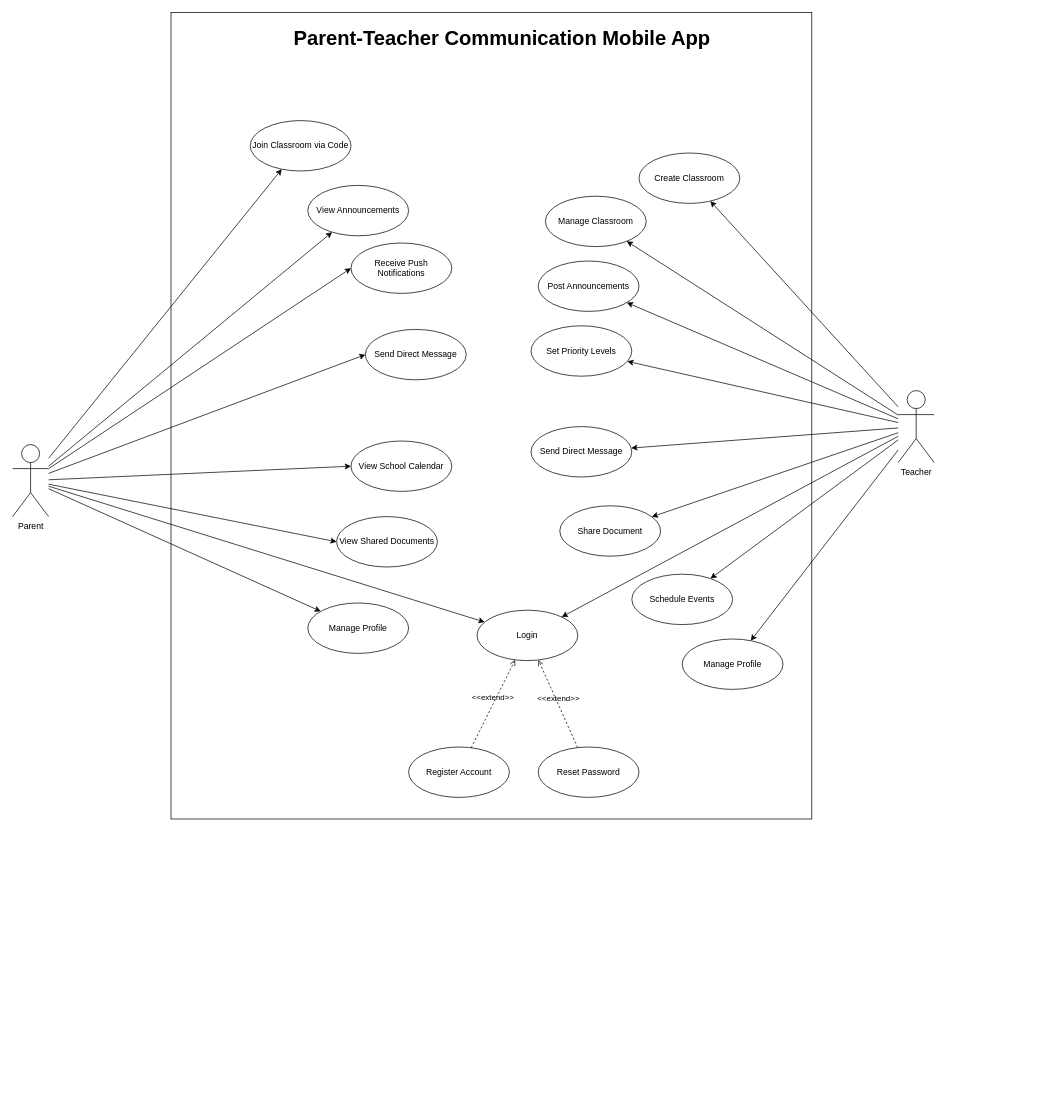
Earlier version of the draw.io diagram page "initial" (1 of 3) of use_case.drawio (jomariabejo/MO-IT200D1---Capstone-1). Source tidied: cells renumbered, new cells numbered last; positions are measured from the earlier drawing's top-left corner, leaving out a move shared by most shapes. Both pictures are drawn from the tidied source at 72%, with x=0, y=0 at pixel (12, 12).
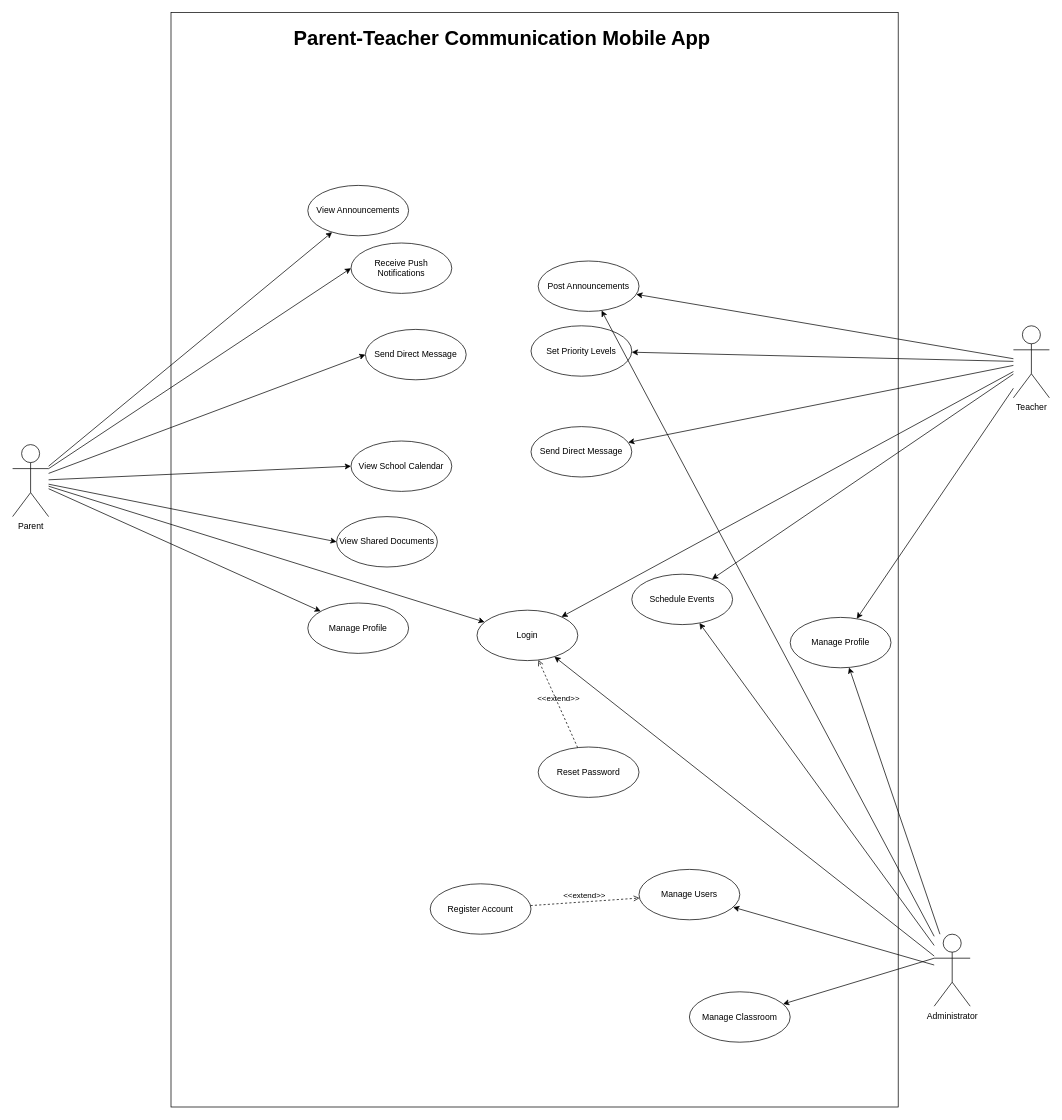
Above is the later version.

The change refers to these unchanged cells:
```xml
<mxCell id="16" value="Parent" style="shape=umlActor;verticalLabelPosition=bottom;verticalAlign=top;html=1;" parent="1" vertex="1">
  <mxGeometry y="600" width="50" height="100" as="geometry" />
</mxCell>
<mxCell id="24" value="Login" style="ellipse;whiteSpace=wrap;html=1;" parent="1" vertex="1">
  <mxGeometry x="645" y="830" width="140" height="70" as="geometry" />
</mxCell>
<mxCell id="28" value="Post Announcements" style="ellipse;whiteSpace=wrap;html=1;" parent="1" vertex="1">
  <mxGeometry x="730" y="345" width="140" height="70" as="geometry" />
</mxCell>
<mxCell id="32" value="Schedule Events" style="ellipse;whiteSpace=wrap;html=1;" parent="1" vertex="1">
  <mxGeometry x="860" y="780" width="140" height="70" as="geometry" />
</mxCell>
```

Diff of the diagram source:
```diff
@@
     <mxCell id="2" style="rounded=0;whiteSpace=wrap;html=1;" parent="1" vertex="1">
-      <mxGeometry x="220" width="890" height="1120" as="geometry" />
+      <mxGeometry x="220" width="1010" height="1520" as="geometry" />
     </mxCell>
@@
-    <mxCell id="5" style="rounded=0;jettySize=auto;html=1;" parent="1" edge="1" source="8" target="27">
-      <mxGeometry relative="1" as="geometry" />
-    </mxCell>
@@
     <mxCell id="8" value="Teacher" style="shape=umlActor;verticalLabelPosition=bottom;verticalAlign=top;html=1;outlineConnect=0;" parent="1" vertex="1">
-      <mxGeometry x="1230" y="525" width="50" height="100" as="geometry" />
+      <mxGeometry x="1390" y="435" width="50" height="100" as="geometry" />
     </mxCell>
@@
-    <mxCell id="13" style="rounded=0;jettySize=auto;html=1;" parent="1" edge="1" source="16" target="25">
-      <mxGeometry relative="1" as="geometry" />
-    </mxCell>
@@
     <mxCell id="22" value="Manage Classroom" style="ellipse;whiteSpace=wrap;html=1;" parent="1" vertex="1">
-      <mxGeometry x="740" y="255" width="140" height="70" as="geometry" />
+      <mxGeometry x="940" y="1360" width="140" height="70" as="geometry" />
     </mxCell>
-    <mxCell id="23" style="rounded=0;jettySize=auto;html=1;" parent="1" edge="1" source="8" target="22">
+    <mxCell id="23" style="rounded=0;jettySize=auto;html=1;exitX=0;exitY=0.3333333333333333;exitDx=0;exitDy=0;exitPerimeter=0;" parent="1" edge="1" source="48" target="22">
       <mxGeometry relative="1" as="geometry" />
     </mxCell>
@@
-    <mxCell id="25" value="Join Classroom via Code" style="ellipse;whiteSpace=wrap;html=1;" parent="1" vertex="1">
-      <mxGeometry x="330" y="150" width="140" height="70" as="geometry" />
-    </mxCell>
@@
-    <mxCell id="27" value="Create Classroom" style="ellipse;whiteSpace=wrap;html=1;" parent="1" vertex="1">
-      <mxGeometry x="870" y="195" width="140" height="70" as="geometry" />
-    </mxCell>
@@
-    <mxCell id="31" value="Share Document" style="ellipse;whiteSpace=wrap;html=1;" parent="1" vertex="1">
-      <mxGeometry x="760" y="685" width="140" height="70" as="geometry" />
-    </mxCell>
@@
     <mxCell id="33" value="Manage Profile" style="ellipse;whiteSpace=wrap;html=1;" parent="1" vertex="1">
-      <mxGeometry x="930" y="870" width="140" height="70" as="geometry" />
+      <mxGeometry x="1080" y="840" width="140" height="70" as="geometry" />
     </mxCell>
     <mxCell id="34" value="Register Account" style="ellipse;whiteSpace=wrap;html=1;" parent="1" vertex="1">
-      <mxGeometry x="550" y="1020" width="140" height="70" as="geometry" />
+      <mxGeometry x="580" y="1210" width="140" height="70" as="geometry" />
     </mxCell>
-    <mxCell id="35" value="&amp;lt;&amp;lt;extend&amp;gt;&amp;gt;" style="html=1;verticalAlign=bottom;labelBackgroundColor=none;endArrow=open;endFill=0;dashed=1;rounded=0;strokeWidth=1;" parent="1" edge="1" source="34" target="24">
-      <mxGeometry x="-0.01" relative="1" as="geometry" />
-    </mxCell>
@@
-    <mxCell id="38" style="rounded=0;jettySize=auto;html=1;" parent="1" edge="1" source="8" target="31">
-      <mxGeometry relative="1" as="geometry" />
-    </mxCell>
@@
+    <mxCell id="43" style="rounded=0;jettySize=auto;html=1;" parent="1" edge="1" source="48" target="33">
+      <mxGeometry relative="1" as="geometry" />
+    </mxCell>
+    <mxCell id="44" style="rounded=0;jettySize=auto;html=1;" parent="1" edge="1" source="48" target="32">
+      <mxGeometry relative="1" as="geometry" />
+    </mxCell>
+    <mxCell id="45" style="rounded=0;jettySize=auto;html=1;" parent="1" edge="1" source="48" target="28">
+      <mxGeometry relative="1" as="geometry" />
+    </mxCell>
+    <mxCell id="46" style="rounded=0;jettySize=auto;html=1;" parent="1" edge="1" source="48" target="49">
+      <mxGeometry relative="1" as="geometry" />
+    </mxCell>
+    <mxCell id="47" style="rounded=0;jettySize=auto;html=1;" parent="1" edge="1" source="48" target="24">
+      <mxGeometry relative="1" as="geometry" />
+    </mxCell>
+    <mxCell id="48" value="Administrator" style="shape=umlActor;verticalLabelPosition=bottom;verticalAlign=top;html=1;" parent="1" vertex="1">
+      <mxGeometry x="1280" y="1280" width="50" height="100" as="geometry" />
+    </mxCell>
+    <mxCell id="49" value="Manage Users" style="ellipse;whiteSpace=wrap;html=1;" parent="1" vertex="1">
+      <mxGeometry x="870" y="1190" width="140" height="70" as="geometry" />
+    </mxCell>
+    <mxCell id="35" value="&amp;lt;&amp;lt;extend&amp;gt;&amp;gt;" style="html=1;verticalAlign=bottom;labelBackgroundColor=none;endArrow=open;endFill=0;dashed=1;rounded=0;strokeWidth=1;" parent="1" edge="1" source="34" target="49">
+      <mxGeometry x="-0.01" relative="1" as="geometry" />
+    </mxCell>
```
